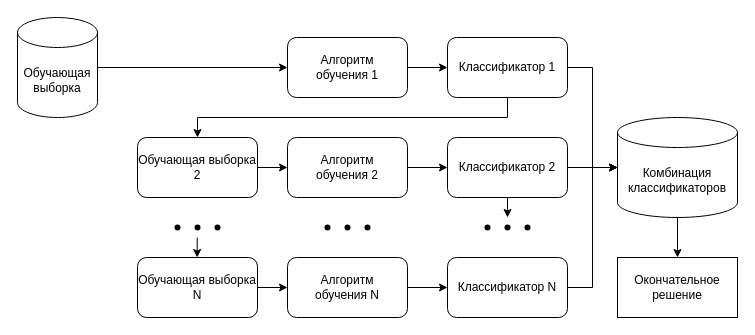
Before: page "boosting" (9 of 14) of docs/drawio/research-schemas.drawio in migregal/bmstu-iu7-thesis, a draw.io diagram. Source tidied: cells renumbered, new cells numbered last; positions are measured from the earlier drawing's top-left corner, leaving out a move shared by most shapes. Both pictures are drawn from the tidied source at 100%, with x=0, y=0 at pixel (17, 17).
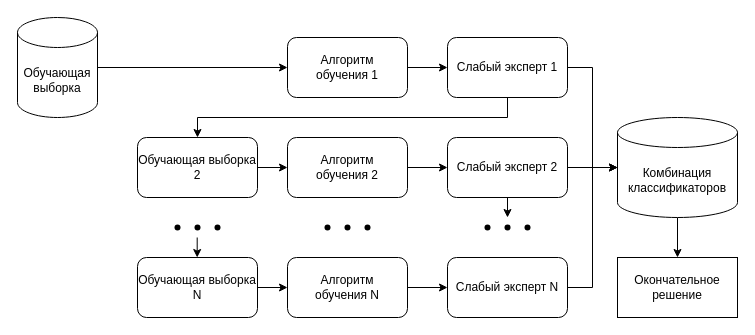
The same page after the edit.

The edit, as a diff of the source:
```diff
@@
-    <mxCell id="8" value="Классификатор 1" style="rounded=1;whiteSpace=wrap;html=1;" parent="1" vertex="1">
+    <mxCell id="8" value="Слабый эксперт&amp;nbsp;1" style="rounded=1;whiteSpace=wrap;html=1;" parent="1" vertex="1">
       <mxGeometry x="430" y="20" width="120" height="60" as="geometry" />
     </mxCell>
@@
-    <mxCell id="14" value="Классификатор 2" style="rounded=1;whiteSpace=wrap;html=1;" parent="1" vertex="1">
+    <mxCell id="14" value="Слабый эксперт&amp;nbsp;2" style="rounded=1;whiteSpace=wrap;html=1;" parent="1" vertex="1">
       <mxGeometry x="430" y="120" width="120" height="60" as="geometry" />
     </mxCell>
@@
-    <mxCell id="23" value="Классификатор N" style="rounded=1;whiteSpace=wrap;html=1;" parent="1" vertex="1">
+    <mxCell id="23" value="Слабый эксперт&amp;nbsp;N" style="rounded=1;whiteSpace=wrap;html=1;" parent="1" vertex="1">
       <mxGeometry x="430" y="240" width="120" height="60" as="geometry" />
     </mxCell>
```
